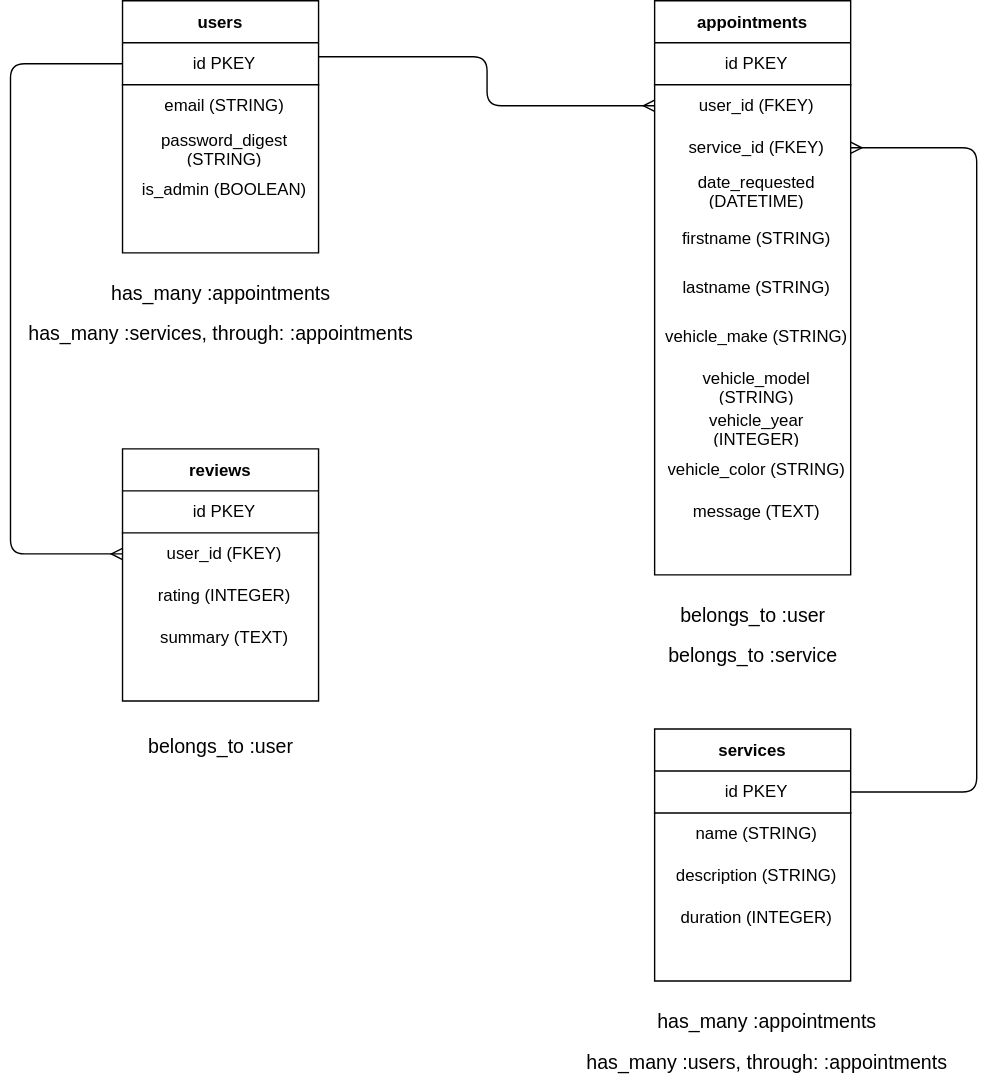
Before: burnies-garage.drawio.svg, a diagram exported from draw.io (Jblengino510/burnies-garage). Source tidied: cells renumbered, new cells last; positions are measured from the earlier drawing's top-left corner, leaving out a move shared by most shapes.
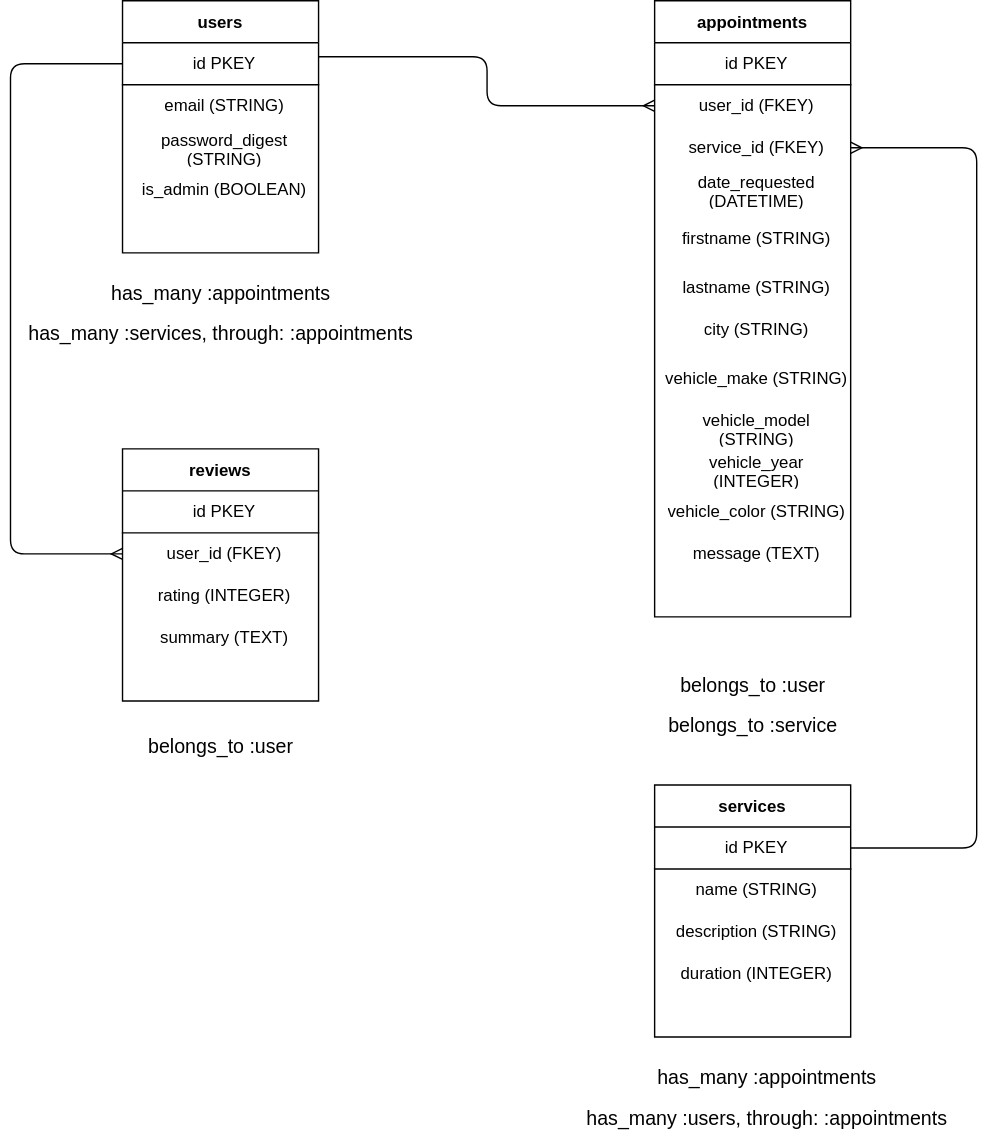
Above is the later version.

Diff of the diagram source:
```diff
@@ -30,7 +30,7 @@
       <mxGeometry width="140" height="30" as="geometry" />
     </mxCell>
     <mxCell id="11" value="appointments" style="shape=table;startSize=30;rowLines=0;fontStyle=1;align=center;" parent="1" vertex="1">
-      <mxGeometry x="460" width="140" height="410" as="geometry" />
+      <mxGeometry x="460" width="140" height="440" as="geometry" />
     </mxCell>
     <mxCell id="12" style="shape=partialRectangle;html=1;whiteSpace=wrap;fillColor=none;top=0;left=0;bottom=1;right=0;" parent="11" vertex="1">
       <mxGeometry y="30" width="140" height="30" as="geometry" />
@@ -68,38 +68,44 @@
     <mxCell id="23" value="lastname (STRING)" style="shape=partialRectangle;html=1;whiteSpace=wrap;fillColor=none;top=0;left=0;bottom=0;right=0;align=center;spacingLeft=6;overflow=hidden;" parent="22" vertex="1">
       <mxGeometry width="140" height="30" as="geometry" />
     </mxCell>
+    <mxCell id="59" style="shape=partialRectangle;html=1;whiteSpace=wrap;fillColor=none;top=0;left=0;bottom=0;right=0;" parent="11" vertex="1">
+      <mxGeometry y="220" width="140" height="30" as="geometry" />
+    </mxCell>
+    <mxCell id="60" value="city (STRING)" style="shape=partialRectangle;html=1;whiteSpace=wrap;fillColor=none;top=0;left=0;bottom=0;right=0;align=center;spacingLeft=6;overflow=hidden;" parent="59" vertex="1">
+      <mxGeometry width="140" height="30" as="geometry" />
+    </mxCell>
     <mxCell id="24" style="shape=partialRectangle;html=1;whiteSpace=wrap;fillColor=none;top=0;left=0;bottom=0;right=0;" parent="11" vertex="1">
-      <mxGeometry y="220" width="140" height="40" as="geometry" />
+      <mxGeometry y="250" width="140" height="40" as="geometry" />
     </mxCell>
     <mxCell id="25" value="vehicle_make (STRING)" style="shape=partialRectangle;html=1;whiteSpace=wrap;fillColor=none;top=0;left=0;bottom=0;right=0;align=center;spacingLeft=6;overflow=hidden;" parent="24" vertex="1">
       <mxGeometry width="140" height="40" as="geometry" />
     </mxCell>
     <mxCell id="26" style="shape=partialRectangle;html=1;whiteSpace=wrap;fillColor=none;top=0;left=0;bottom=0;right=0;" parent="11" vertex="1">
-      <mxGeometry y="260" width="140" height="30" as="geometry" />
+      <mxGeometry y="290" width="140" height="30" as="geometry" />
     </mxCell>
     <mxCell id="27" value="vehicle_model (STRING)" style="shape=partialRectangle;html=1;whiteSpace=wrap;fillColor=none;top=0;left=0;bottom=0;right=0;align=center;spacingLeft=6;overflow=hidden;" parent="26" vertex="1">
       <mxGeometry width="140" height="30" as="geometry" />
     </mxCell>
     <mxCell id="28" style="shape=partialRectangle;html=1;whiteSpace=wrap;fillColor=none;top=0;left=0;bottom=0;right=0;" parent="11" vertex="1">
-      <mxGeometry y="290" width="140" height="30" as="geometry" />
+      <mxGeometry y="320" width="140" height="30" as="geometry" />
     </mxCell>
     <mxCell id="29" value="vehicle_year (INTEGER)" style="shape=partialRectangle;html=1;whiteSpace=wrap;fillColor=none;top=0;left=0;bottom=0;right=0;align=center;spacingLeft=6;overflow=hidden;" parent="28" vertex="1">
       <mxGeometry width="140" height="30" as="geometry" />
     </mxCell>
     <mxCell id="30" style="shape=partialRectangle;html=1;whiteSpace=wrap;fillColor=none;top=0;left=0;bottom=0;right=0;" parent="11" vertex="1">
-      <mxGeometry y="320" width="140" height="30" as="geometry" />
+      <mxGeometry y="350" width="140" height="30" as="geometry" />
     </mxCell>
     <mxCell id="31" value="vehicle_color (STRING)" style="shape=partialRectangle;html=1;whiteSpace=wrap;fillColor=none;top=0;left=0;bottom=0;right=0;align=center;spacingLeft=6;overflow=hidden;" parent="30" vertex="1">
       <mxGeometry width="140" height="30" as="geometry" />
     </mxCell>
     <mxCell id="32" style="shape=partialRectangle;html=1;whiteSpace=wrap;fillColor=none;top=0;left=0;bottom=0;right=0;" parent="11" vertex="1">
-      <mxGeometry y="350" width="140" height="30" as="geometry" />
+      <mxGeometry y="380" width="140" height="30" as="geometry" />
     </mxCell>
     <mxCell id="33" value="message (TEXT)" style="shape=partialRectangle;html=1;whiteSpace=wrap;fillColor=none;top=0;left=0;bottom=0;right=0;align=center;spacingLeft=6;overflow=hidden;" parent="32" vertex="1">
       <mxGeometry width="140" height="30" as="geometry" />
     </mxCell>
     <mxCell id="34" value="services" style="shape=table;startSize=30;rowLines=0;fontStyle=1;align=center;" parent="1" vertex="1">
-      <mxGeometry x="460" y="520" width="140" height="180" as="geometry" />
+      <mxGeometry x="460" y="560" width="140" height="180" as="geometry" />
     </mxCell>
     <mxCell id="35" style="shape=partialRectangle;html=1;whiteSpace=wrap;fillColor=none;top=0;left=0;bottom=1;right=0;points=[[0,0.5],[1,0.5]];portConstraint=eastwest;" parent="34" vertex="1">
       <mxGeometry y="30" width="140" height="30" as="geometry" />
@@ -179,10 +185,10 @@
       <mxGeometry x="100" y="510" width="100" height="40" as="geometry" />
     </mxCell>
     <mxCell id="57" value="&lt;span style=&quot;font-size: 14px ; font-weight: 400&quot;&gt;belongs_to :user&lt;br&gt;belongs_to :service&lt;br&gt;&lt;/span&gt;" style="text;strokeColor=none;fillColor=none;html=1;fontSize=24;fontStyle=1;verticalAlign=middle;align=center;" parent="1" vertex="1">
-      <mxGeometry x="480" y="430" width="100" height="40" as="geometry" />
+      <mxGeometry x="480" y="480" width="100" height="40" as="geometry" />
     </mxCell>
     <mxCell id="58" value="&lt;font style=&quot;font-size: 14px ; font-weight: normal&quot;&gt;has_many :appointments&lt;br&gt;has_many :users, through: :appointments&lt;br&gt;&lt;/font&gt;" style="text;strokeColor=none;fillColor=none;html=1;fontSize=24;fontStyle=1;verticalAlign=middle;align=center;" parent="1" vertex="1">
-      <mxGeometry x="490" y="720" width="100" height="40" as="geometry" />
+      <mxGeometry x="490" y="760" width="100" height="40" as="geometry" />
     </mxCell>
   </root>
 </mxGraphModel>
```
